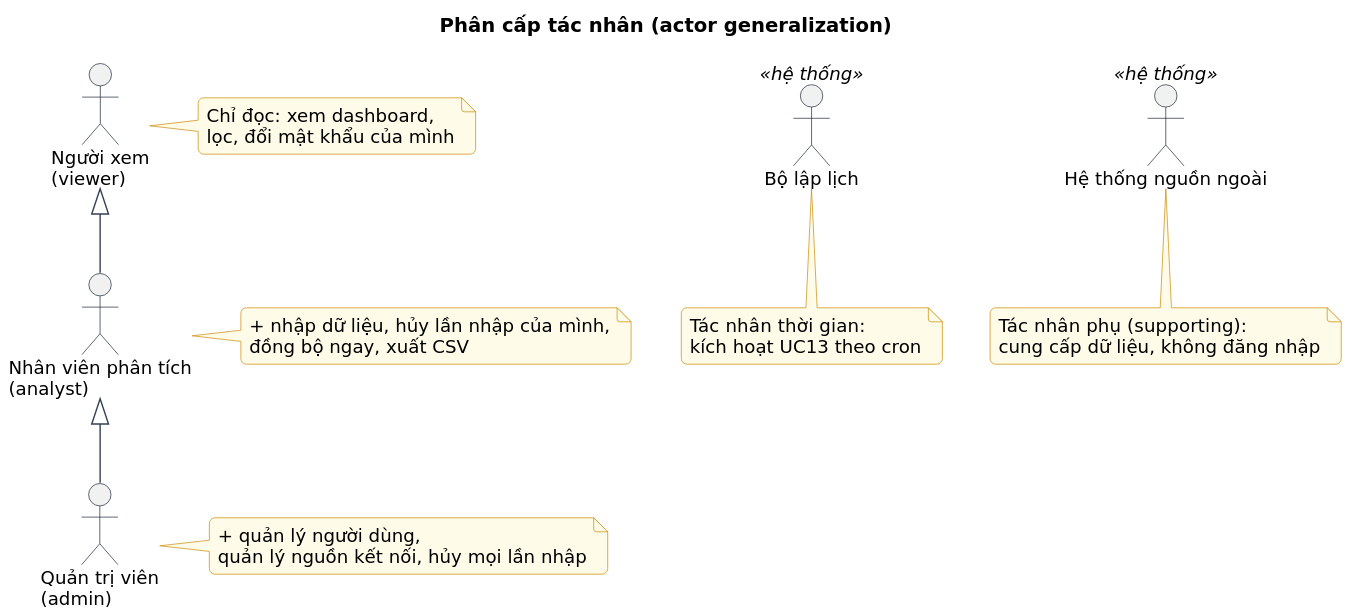
Before: docs/phan-tich/so-do/out/09b-phan-cap-tac-nhan.svg, a diagram exported from PlantUML (hoang13516-dev/TTCN_CCROBO). Its diagram source:
```plantuml
@startuml
!include _style.iuml
title Phân cấp tác nhân (actor generalization)
actor "Người xem\n(viewer)" as V
actor "Nhân viên phân tích\n(analyst)" as AN
actor "Quản trị viên\n(admin)" as AD
actor "Bộ lập lịch" as SCH <<hệ thống>>
actor "Hệ thống nguồn ngoài" as EXT <<hệ thống>>
V <|-- AN
AN <|-- AD
note right of V : Chỉ đọc: xem dashboard,\nlọc, đổi mật khẩu của mình
note right of AN : + nhập dữ liệu, hủy lần nhập của mình,\nđồng bộ ngay, xuất CSV
note right of AD : + quản lý người dùng,\nquản lý nguồn kết nối, hủy mọi lần nhập
note bottom of SCH : Tác nhân thời gian:\nkích hoạt UC13 theo cron
note bottom of EXT : Tác nhân phụ (supporting):\ncung cấp dữ liệu, không đăng nhập
@enduml
```
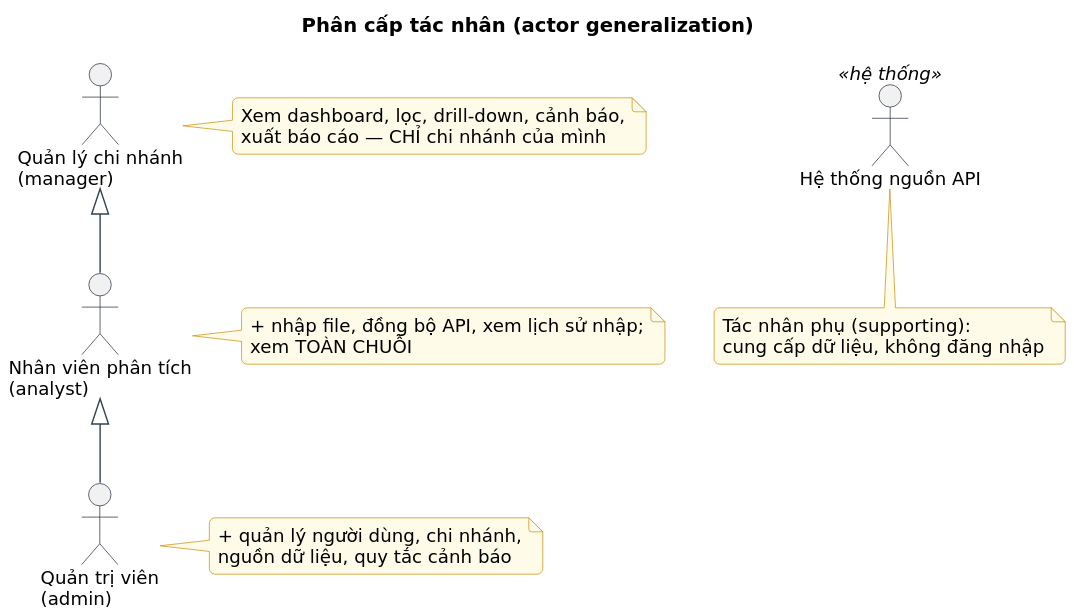
After the commit.

The edit, as a diff of the source:
```diff
@@ -1,16 +1,14 @@
 @startuml
 !include _style.iuml
 title Phân cấp tác nhân (actor generalization)
-actor "Người xem\n(viewer)" as V
+actor "Quản lý chi nhánh\n(manager)" as MG
 actor "Nhân viên phân tích\n(analyst)" as AN
 actor "Quản trị viên\n(admin)" as AD
-actor "Bộ lập lịch" as SCH <<hệ thống>>
-actor "Hệ thống nguồn ngoài" as EXT <<hệ thống>>
-V <|-- AN
+actor "Hệ thống nguồn API" as EXT <<hệ thống>>
+MG <|-- AN
 AN <|-- AD
-note right of V : Chỉ đọc: xem dashboard,\nlọc, đổi mật khẩu của mình
-note right of AN : + nhập dữ liệu, hủy lần nhập của mình,\nđồng bộ ngay, xuất CSV
-note right of AD : + quản lý người dùng,\nquản lý nguồn kết nối, hủy mọi lần nhập
-note bottom of SCH : Tác nhân thời gian:\nkích hoạt UC13 theo cron
+note right of MG : Xem dashboard, lọc, drill-down, cảnh báo,\nxuất báo cáo — CHỈ chi nhánh của mình
+note right of AN : + nhập file, đồng bộ API, xem lịch sử nhập;\nxem TOÀN CHUỖI
+note right of AD : + quản lý người dùng, chi nhánh,\nnguồn dữ liệu, quy tắc cảnh báo
 note bottom of EXT : Tác nhân phụ (supporting):\ncung cấp dữ liệu, không đăng nhập
 @enduml
```
